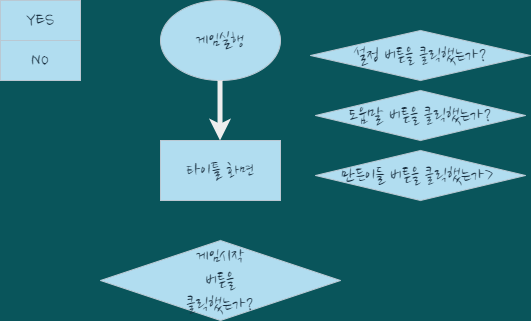
Earlier version of the draw.io export gameplay_flowchat.drawio.png (kinesis19/stac_project_SME). Source tidied: cells renumbered, new cells last; positions are measured from the earlier drawing's top-left corner, leaving out a move shared by most shapes.
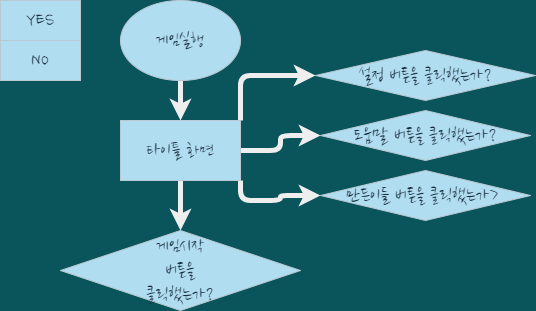
Above is the later version.

Change to the diagram source:
```diff
@@ -2,8 +2,11 @@
   <root>
     <mxCell id="0" />
     <mxCell id="1" parent="0" />
+    <mxCell id="11" style="edgeStyle=orthogonalEdgeStyle;curved=0;rounded=1;sketch=0;jettySize=auto;html=1;entryX=0.5;entryY=0;entryDx=0;entryDy=0;fontColor=#FFFFFF;strokeColor=#EEEEEE;strokeWidth=5;" parent="1" edge="1" source="2" target="6">
+      <mxGeometry relative="1" as="geometry" />
+    </mxCell>
     <mxCell id="2" value="&lt;font style=&quot;font-size: 20px;&quot;&gt;게임실행&lt;/font&gt;" style="ellipse;whiteSpace=wrap;html=1;fontFamily=Nanum Brush Script;fontSource=https%3A%2F%2Ffonts.googleapis.com%2Fcss%3Ffamily%3DNanum%2BBrush%2BScript;fontSize=20;fillColor=#B1DDF0;strokeColor=#BAC8D3;fontColor=#182E3E;" parent="1" vertex="1">
-      <mxGeometry x="160" width="120" height="80" as="geometry" />
+      <mxGeometry x="120" width="120" height="80" as="geometry" />
     </mxCell>
     <mxCell id="3" value="YES" style="rounded=0;whiteSpace=wrap;html=1;sketch=0;fontSize=20;strokeColor=#BAC8D3;fillColor=#B1DDF0;fontFamily=Nanum Brush Script;fontSource=https%3A%2F%2Ffonts.googleapis.com%2Fcss%3Ffamily%3DNanum%2BBrush%2BScript;fontColor=#182E3E;" parent="1" vertex="1">
       <mxGeometry width="80" height="40" as="geometry" />
@@ -11,26 +14,32 @@
     <mxCell id="4" value="NO" style="rounded=0;whiteSpace=wrap;html=1;sketch=0;fontSize=20;strokeColor=#BAC8D3;fillColor=#B1DDF0;fontFamily=Nanum Brush Script;fontSource=https%3A%2F%2Ffonts.googleapis.com%2Fcss%3Ffamily%3DNanum%2BBrush%2BScript;fontColor=#182E3E;" parent="1" vertex="1">
       <mxGeometry y="40" width="80" height="40" as="geometry" />
     </mxCell>
-    <mxCell id="5" style="endArrow=classic;html=1;rounded=1;sketch=0;fontFamily=Nanum Brush Script;fontSource=https%3A%2F%2Ffonts.googleapis.com%2Fcss%3Ffamily%3DNanum%2BBrush%2BScript;fontSize=20;fontColor=#FFFFFF;strokeColor=#EEEEEE;jumpSize=10;strokeWidth=5;shadow=0;labelBackgroundColor=#09555B;" parent="1" edge="1">
-      <mxGeometry relative="1" as="geometry">
-        <mxPoint x="219.5" y="80" as="sourcePoint" />
-        <mxPoint x="219.5" y="140" as="targetPoint" />
-      </mxGeometry>
-    </mxCell>
+    <mxCell id="12" style="edgeStyle=orthogonalEdgeStyle;curved=0;rounded=1;sketch=0;jettySize=auto;html=1;fontColor=#FFFFFF;strokeColor=#EEEEEE;strokeWidth=5;" parent="1" edge="1" source="6" target="7">
+      <mxGeometry relative="1" as="geometry" />
+    </mxCell>
+    <mxCell id="13" style="edgeStyle=orthogonalEdgeStyle;curved=0;rounded=1;sketch=0;jettySize=auto;html=1;exitX=1;exitY=0;exitDx=0;exitDy=0;entryX=0;entryY=0.5;entryDx=0;entryDy=0;fontColor=#FFFFFF;strokeColor=#EEEEEE;strokeWidth=5;" parent="1" edge="1" source="6" target="8">
+      <mxGeometry relative="1" as="geometry" />
+    </mxCell>
+    <mxCell id="14" style="edgeStyle=orthogonalEdgeStyle;curved=0;rounded=1;sketch=0;jettySize=auto;html=1;entryX=0;entryY=0.5;entryDx=0;entryDy=0;fontColor=#FFFFFF;strokeColor=#EEEEEE;strokeWidth=5;" parent="1" edge="1" source="6" target="9">
+      <mxGeometry relative="1" as="geometry" />
+    </mxCell>
+    <mxCell id="15" style="edgeStyle=orthogonalEdgeStyle;curved=0;rounded=1;sketch=0;jettySize=auto;html=1;exitX=1;exitY=1;exitDx=0;exitDy=0;fontColor=#FFFFFF;strokeColor=#EEEEEE;strokeWidth=5;" parent="1" edge="1" source="6" target="10">
+      <mxGeometry relative="1" as="geometry" />
+    </mxCell>
     <mxCell id="6" value="타이틀 화면" style="rounded=0;whiteSpace=wrap;html=1;sketch=0;fontFamily=Nanum Brush Script;fontSource=https%3A%2F%2Ffonts.googleapis.com%2Fcss%3Ffamily%3DNanum%2BBrush%2BScript;fontSize=20;fillColor=#B1DDF0;strokeColor=#BAC8D3;fontColor=#182E3E;" parent="1" vertex="1">
-      <mxGeometry x="160" y="140" width="120" height="60" as="geometry" />
+      <mxGeometry x="120" y="120" width="120" height="60" as="geometry" />
     </mxCell>
     <mxCell id="7" value="게임시작&lt;br&gt;버튼을&lt;br&gt;클릭했는가?" style="rhombus;whiteSpace=wrap;html=1;rounded=0;sketch=0;fontFamily=Nanum Brush Script;fontSource=https%3A%2F%2Ffonts.googleapis.com%2Fcss%3Ffamily%3DNanum%2BBrush%2BScript;fontSize=20;fillColor=#B1DDF0;strokeColor=#BAC8D3;fontColor=#182E3E;" parent="1" vertex="1">
-      <mxGeometry x="100" y="240" width="240" height="80" as="geometry" />
+      <mxGeometry x="60" y="230" width="240" height="80" as="geometry" />
     </mxCell>
     <mxCell id="8" value="설정 버튼을 클릭했는가?" style="rhombus;whiteSpace=wrap;html=1;rounded=0;sketch=0;fontFamily=Nanum Brush Script;fontSource=https%3A%2F%2Ffonts.googleapis.com%2Fcss%3Ffamily%3DNanum%2BBrush%2BScript;fontSize=20;fillColor=#B1DDF0;strokeColor=#BAC8D3;fontColor=#182E3E;" parent="1" vertex="1">
-      <mxGeometry x="310" y="30" width="220" height="50" as="geometry" />
+      <mxGeometry x="315" y="50" width="220" height="50" as="geometry" />
     </mxCell>
     <mxCell id="9" value="도움말 버튼을 클릭했는가?" style="rhombus;whiteSpace=wrap;html=1;rounded=0;sketch=0;fontFamily=Nanum Brush Script;fontSource=https%3A%2F%2Ffonts.googleapis.com%2Fcss%3Ffamily%3DNanum%2BBrush%2BScript;fontSize=20;fillColor=#B1DDF0;strokeColor=#BAC8D3;fontColor=#182E3E;" parent="1" vertex="1">
-      <mxGeometry x="315" y="90" width="210" height="50" as="geometry" />
+      <mxGeometry x="320" y="110" width="210" height="50" as="geometry" />
     </mxCell>
     <mxCell id="10" value="만든이들 버튼을 클릭했는가&amp;gt;&amp;nbsp;" style="rhombus;whiteSpace=wrap;html=1;rounded=0;sketch=0;fontFamily=Nanum Brush Script;fontSource=https%3A%2F%2Ffonts.googleapis.com%2Fcss%3Ffamily%3DNanum%2BBrush%2BScript;fontSize=20;fillColor=#B1DDF0;strokeColor=#BAC8D3;fontColor=#182E3E;" parent="1" vertex="1">
-      <mxGeometry x="315" y="150" width="210" height="50" as="geometry" />
+      <mxGeometry x="320" y="170" width="210" height="50" as="geometry" />
     </mxCell>
   </root>
 </mxGraphModel>
```
